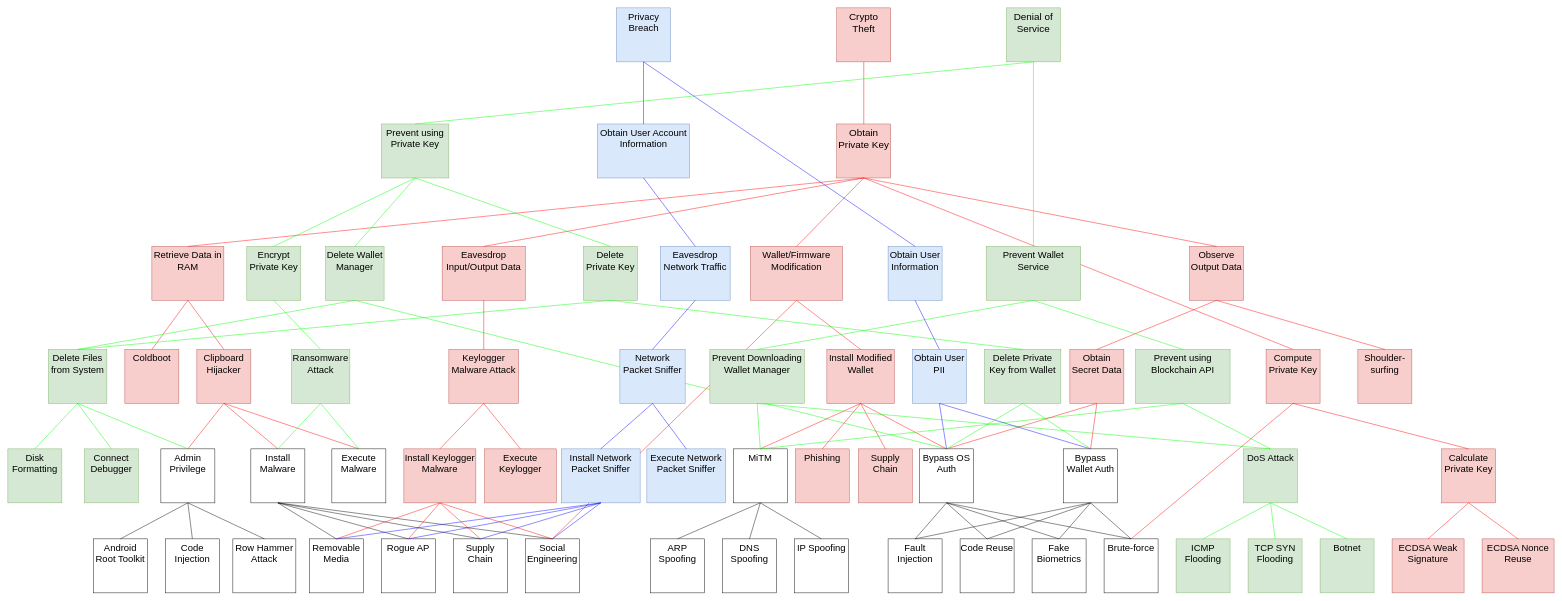
Before: page "Page-17" (17 of 17) of assets/crypto-wallets.drawio in xujiahuayz/crypto-wallets, a draw.io diagram. Source tidied: cells renumbered, new cells numbered last; positions are measured from the earlier drawing's top-left corner, leaving out a move shared by most shapes. Both pictures are drawn from the tidied source at 45%, with x=0, y=0 at pixel (8, 8).
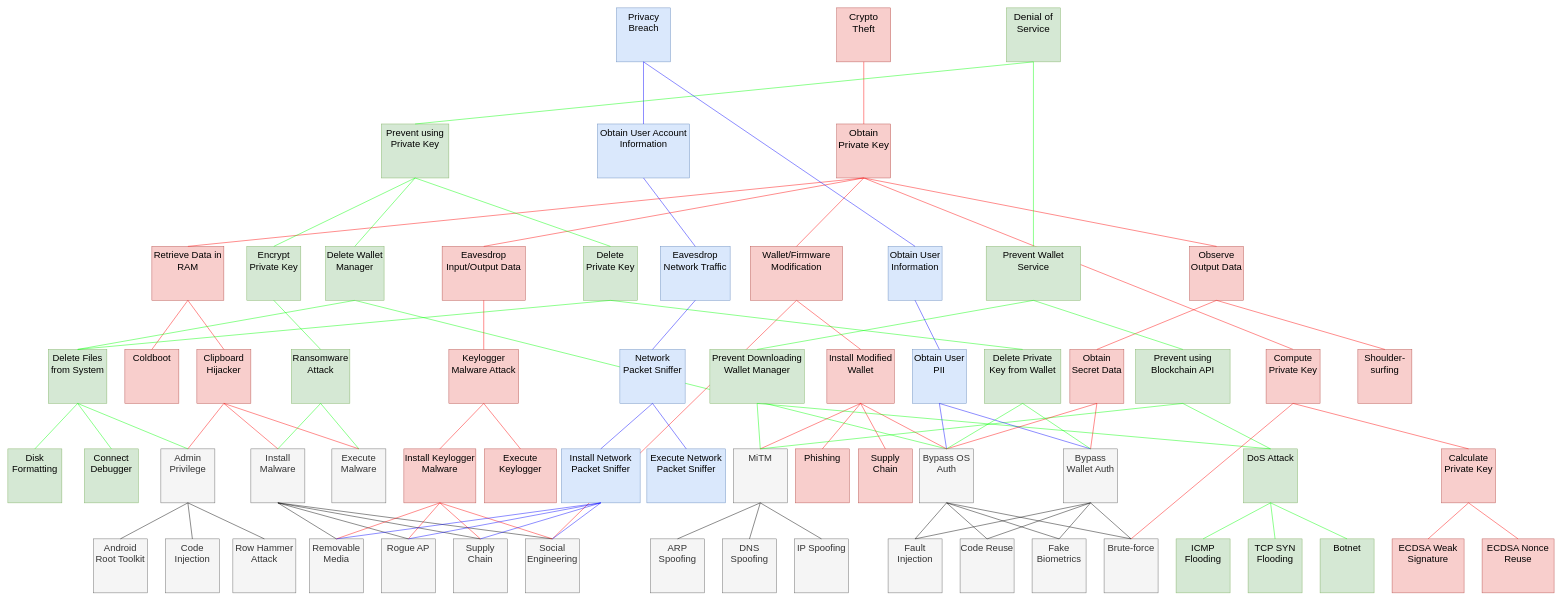
The same page after the edit.

Diff of the diagram source:
```diff
@@
-    <mxCell id="5" value="&lt;font style=&quot;font-size: 21px;&quot;&gt;Code Reuse&lt;/font&gt;" style="rounded=0;whiteSpace=wrap;html=1;verticalAlign=top;" parent="1" vertex="1">
+    <mxCell id="5" value="&lt;font style=&quot;font-size: 21px;&quot;&gt;Code Reuse&lt;/font&gt;" style="rounded=0;whiteSpace=wrap;html=1;verticalAlign=top;fillColor=#f5f5f5;fontColor=#333333;strokeColor=#666666;" parent="1" vertex="1">
       <mxGeometry x="2116" y="1180" width="120" height="120" as="geometry" />
     </mxCell>
-    <mxCell id="6" value="&lt;font style=&quot;font-size: 21px;&quot;&gt;Fake Biometrics&lt;/font&gt;" style="rounded=0;whiteSpace=wrap;html=1;verticalAlign=top;" parent="1" vertex="1">
+    <mxCell id="6" value="&lt;font style=&quot;font-size: 21px;&quot;&gt;Fake Biometrics&lt;/font&gt;" style="rounded=0;whiteSpace=wrap;html=1;verticalAlign=top;fillColor=#f5f5f5;fontColor=#333333;strokeColor=#666666;" parent="1" vertex="1">
       <mxGeometry x="2276" y="1180" width="120" height="120" as="geometry" />
     </mxCell>
-    <mxCell id="7" value="&lt;font style=&quot;font-size: 21px;&quot;&gt;Fault Injection&lt;/font&gt;" style="rounded=0;whiteSpace=wrap;html=1;verticalAlign=top;" parent="1" vertex="1">
+    <mxCell id="7" value="&lt;font style=&quot;font-size: 21px;&quot;&gt;Fault Injection&lt;/font&gt;" style="rounded=0;whiteSpace=wrap;html=1;verticalAlign=top;fillColor=#f5f5f5;fontColor=#333333;strokeColor=#666666;" parent="1" vertex="1">
       <mxGeometry x="1956" y="1180" width="120" height="120" as="geometry" />
     </mxCell>
-    <mxCell id="8" value="&lt;font style=&quot;font-size: 21px;&quot;&gt;Brute-force&lt;/font&gt;" style="rounded=0;whiteSpace=wrap;html=1;verticalAlign=top;" parent="1" vertex="1">
+    <mxCell id="8" value="&lt;font style=&quot;font-size: 21px;&quot;&gt;Brute-force&lt;/font&gt;" style="rounded=0;whiteSpace=wrap;html=1;verticalAlign=top;fillColor=#f5f5f5;fontColor=#333333;strokeColor=#666666;" parent="1" vertex="1">
       <mxGeometry x="2436" y="1180" width="120" height="120" as="geometry" />
     </mxCell>
-    <mxCell id="9" value="&lt;font style=&quot;font-size: 21px;&quot;&gt;Social Engineering&lt;/font&gt;" style="rounded=0;whiteSpace=wrap;html=1;verticalAlign=top;" parent="1" vertex="1">
+    <mxCell id="9" value="&lt;font style=&quot;font-size: 21px;&quot;&gt;Social Engineering&lt;/font&gt;" style="rounded=0;whiteSpace=wrap;html=1;verticalAlign=top;fillColor=#f5f5f5;fontColor=#333333;strokeColor=#666666;" parent="1" vertex="1">
       <mxGeometry x="1150" y="1180" width="120" height="120" as="geometry" />
     </mxCell>
-    <mxCell id="10" value="&lt;font style=&quot;font-size: 21px;&quot;&gt;Supply Chain&lt;/font&gt;" style="rounded=0;whiteSpace=wrap;html=1;verticalAlign=top;" parent="1" vertex="1">
+    <mxCell id="10" value="&lt;font style=&quot;font-size: 21px;&quot;&gt;Supply Chain&lt;/font&gt;" style="rounded=0;whiteSpace=wrap;html=1;verticalAlign=top;fillColor=#f5f5f5;fontColor=#333333;strokeColor=#666666;" parent="1" vertex="1">
       <mxGeometry x="990" y="1180" width="120" height="120" as="geometry" />
     </mxCell>
-    <mxCell id="11" value="&lt;font style=&quot;font-size: 21px;&quot;&gt;Rogue AP&lt;/font&gt;" style="rounded=0;whiteSpace=wrap;html=1;verticalAlign=top;" parent="1" vertex="1">
+    <mxCell id="11" value="&lt;font style=&quot;font-size: 21px;&quot;&gt;Rogue AP&lt;/font&gt;" style="rounded=0;whiteSpace=wrap;html=1;verticalAlign=top;fillColor=#f5f5f5;fontColor=#333333;strokeColor=#666666;" parent="1" vertex="1">
       <mxGeometry x="830" y="1180" width="120" height="120" as="geometry" />
     </mxCell>
-    <mxCell id="12" value="&lt;font style=&quot;font-size: 21px;&quot;&gt;Removable Media&lt;/font&gt;" style="rounded=0;whiteSpace=wrap;html=1;verticalAlign=top;" parent="1" vertex="1">
+    <mxCell id="12" value="&lt;font style=&quot;font-size: 21px;&quot;&gt;Removable Media&lt;/font&gt;" style="rounded=0;whiteSpace=wrap;html=1;verticalAlign=top;fillColor=#f5f5f5;fontColor=#333333;strokeColor=#666666;" parent="1" vertex="1">
       <mxGeometry x="670" y="1180" width="120" height="120" as="geometry" />
     </mxCell>
-    <mxCell id="13" value="&lt;font style=&quot;font-size: 21px;&quot;&gt;Android Root Toolkit&lt;/font&gt;" style="rounded=0;whiteSpace=wrap;html=1;verticalAlign=top;" parent="1" vertex="1">
+    <mxCell id="13" value="&lt;font style=&quot;font-size: 21px;&quot;&gt;Android Root Toolkit&lt;/font&gt;" style="rounded=0;whiteSpace=wrap;html=1;verticalAlign=top;fillColor=#f5f5f5;fontColor=#333333;strokeColor=#666666;" parent="1" vertex="1">
       <mxGeometry x="190" y="1180" width="120" height="120" as="geometry" />
     </mxCell>
-    <mxCell id="14" value="&lt;font style=&quot;font-size: 21px;&quot;&gt;Code Injection&lt;/font&gt;" style="rounded=0;whiteSpace=wrap;html=1;verticalAlign=top;" parent="1" vertex="1">
+    <mxCell id="14" value="&lt;font style=&quot;font-size: 21px;&quot;&gt;Code Injection&lt;/font&gt;" style="rounded=0;whiteSpace=wrap;html=1;verticalAlign=top;fillColor=#f5f5f5;fontColor=#333333;strokeColor=#666666;" parent="1" vertex="1">
       <mxGeometry x="350" y="1180" width="120" height="120" as="geometry" />
     </mxCell>
-    <mxCell id="15" value="&lt;font style=&quot;font-size: 21px;&quot;&gt;Row Hammer Attack&lt;/font&gt;" style="rounded=0;whiteSpace=wrap;html=1;verticalAlign=top;" parent="1" vertex="1">
+    <mxCell id="15" value="&lt;font style=&quot;font-size: 21px;&quot;&gt;Row Hammer Attack&lt;/font&gt;" style="rounded=0;whiteSpace=wrap;html=1;verticalAlign=top;fillColor=#f5f5f5;fontColor=#333333;strokeColor=#666666;" parent="1" vertex="1">
       <mxGeometry x="500" y="1180" width="140" height="120" as="geometry" />
     </mxCell>
-    <mxCell id="16" value="&lt;font style=&quot;font-size: 21px;&quot;&gt;ARP Spoofing&lt;/font&gt;" style="rounded=0;whiteSpace=wrap;html=1;verticalAlign=top;" parent="1" vertex="1">
+    <mxCell id="16" value="&lt;font style=&quot;font-size: 21px;&quot;&gt;ARP Spoofing&lt;/font&gt;" style="rounded=0;whiteSpace=wrap;html=1;verticalAlign=top;fillColor=#f5f5f5;fontColor=#333333;strokeColor=#666666;" parent="1" vertex="1">
       <mxGeometry x="1428" y="1180" width="120" height="120" as="geometry" />
     </mxCell>
-    <mxCell id="17" value="&lt;font style=&quot;font-size: 21px;&quot;&gt;DNS Spoofing&lt;/font&gt;" style="rounded=0;whiteSpace=wrap;html=1;verticalAlign=top;" parent="1" vertex="1">
+    <mxCell id="17" value="&lt;font style=&quot;font-size: 21px;&quot;&gt;DNS Spoofing&lt;/font&gt;" style="rounded=0;whiteSpace=wrap;html=1;verticalAlign=top;fillColor=#f5f5f5;fontColor=#333333;strokeColor=#666666;" parent="1" vertex="1">
       <mxGeometry x="1588" y="1180" width="120" height="120" as="geometry" />
     </mxCell>
-    <mxCell id="18" value="&lt;font style=&quot;font-size: 21px;&quot;&gt;IP Spoofing&lt;/font&gt;" style="rounded=0;whiteSpace=wrap;html=1;verticalAlign=top;" parent="1" vertex="1">
+    <mxCell id="18" value="&lt;font style=&quot;font-size: 21px;&quot;&gt;IP Spoofing&lt;/font&gt;" style="rounded=0;whiteSpace=wrap;html=1;verticalAlign=top;fillColor=#f5f5f5;fontColor=#333333;strokeColor=#666666;" parent="1" vertex="1">
       <mxGeometry x="1748" y="1180" width="120" height="120" as="geometry" />
     </mxCell>
@@
-    <mxCell id="24" value="&lt;font style=&quot;font-size: 21px;&quot;&gt;Admin Privilege&lt;/font&gt;" style="rounded=0;whiteSpace=wrap;html=1;verticalAlign=top;" parent="1" vertex="1">
+    <mxCell id="24" value="&lt;font style=&quot;font-size: 21px;&quot;&gt;Admin Privilege&lt;/font&gt;" style="rounded=0;whiteSpace=wrap;html=1;verticalAlign=top;fillColor=#f5f5f5;fontColor=#333333;strokeColor=#666666;" parent="1" vertex="1">
       <mxGeometry x="340" y="980" width="120" height="120" as="geometry" />
     </mxCell>
@@
-    <mxCell id="29" value="&lt;font style=&quot;font-size: 21px;&quot;&gt;Install Malware&lt;/font&gt;" style="rounded=0;whiteSpace=wrap;html=1;verticalAlign=top;" parent="1" vertex="1">
+    <mxCell id="29" value="&lt;font style=&quot;font-size: 21px;&quot;&gt;Install Malware&lt;/font&gt;" style="rounded=0;whiteSpace=wrap;html=1;verticalAlign=top;fillColor=#f5f5f5;fontColor=#333333;strokeColor=#666666;" parent="1" vertex="1">
       <mxGeometry x="540" y="980" width="120" height="120" as="geometry" />
     </mxCell>
@@
-    <mxCell id="43" value="&lt;font style=&quot;font-size: 21px;&quot;&gt;MiTM&lt;/font&gt;" style="rounded=0;whiteSpace=wrap;html=1;verticalAlign=top;" parent="1" vertex="1">
+    <mxCell id="43" value="&lt;font style=&quot;font-size: 21px;&quot;&gt;MiTM&lt;/font&gt;" style="rounded=0;whiteSpace=wrap;html=1;verticalAlign=top;fillColor=#f5f5f5;fontColor=#333333;strokeColor=#666666;" parent="1" vertex="1">
       <mxGeometry x="1612" y="980" width="120" height="120" as="geometry" />
     </mxCell>
@@
-    <mxCell id="47" value="&lt;font style=&quot;font-size: 21px;&quot;&gt;Bypass OS Auth&lt;br&gt;&lt;/font&gt;" style="rounded=0;whiteSpace=wrap;html=1;verticalAlign=top;" parent="1" vertex="1">
+    <mxCell id="47" value="&lt;font style=&quot;font-size: 21px;&quot;&gt;Bypass OS Auth&lt;br&gt;&lt;/font&gt;" style="rounded=0;whiteSpace=wrap;html=1;verticalAlign=top;fillColor=#f5f5f5;fontColor=#333333;strokeColor=#666666;" parent="1" vertex="1">
       <mxGeometry x="2026" y="980" width="120" height="120" as="geometry" />
     </mxCell>
-    <mxCell id="48" value="&lt;font style=&quot;font-size: 21px;&quot;&gt;Bypass Wallet Auth&lt;/font&gt;" style="rounded=0;whiteSpace=wrap;html=1;verticalAlign=top;" parent="1" vertex="1">
+    <mxCell id="48" value="&lt;font style=&quot;font-size: 21px;&quot;&gt;Bypass Wallet Auth&lt;/font&gt;" style="rounded=0;whiteSpace=wrap;html=1;verticalAlign=top;fillColor=#f5f5f5;fontColor=#333333;strokeColor=#666666;" parent="1" vertex="1">
       <mxGeometry x="2346" y="980" width="120" height="120" as="geometry" />
     </mxCell>
@@
-    <mxCell id="66" value="&lt;font style=&quot;font-size: 21px;&quot;&gt;Execute Malware&lt;/font&gt;" style="rounded=0;whiteSpace=wrap;html=1;verticalAlign=top;" parent="1" vertex="1">
+    <mxCell id="66" value="&lt;font style=&quot;font-size: 21px;&quot;&gt;Execute Malware&lt;/font&gt;" style="rounded=0;whiteSpace=wrap;html=1;verticalAlign=top;fillColor=#f5f5f5;fontColor=#333333;strokeColor=#666666;" parent="1" vertex="1">
       <mxGeometry x="720" y="980" width="120" height="120" as="geometry" />
     </mxCell>
```
